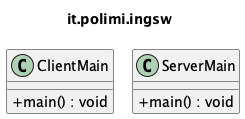
Before: docs/uml/detailed/it_polimi_ingsw.png, a diagram exported from PlantUML (samuelesegrini/ing-sw-2025-segrini-terribile-varricchio-zanca).
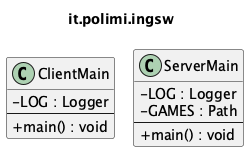
Above is the later version.

What changed in the source:
```diff
@@ -5,9 +5,14 @@
 title it.polimi.ingsw
 
 class ClientMain {
+  -LOG : Logger
+  --
   +main() : void
 }
 class ServerMain {
+  -LOG : Logger
+  -GAMES : Path
+  --
   +main() : void
 }
 
```
